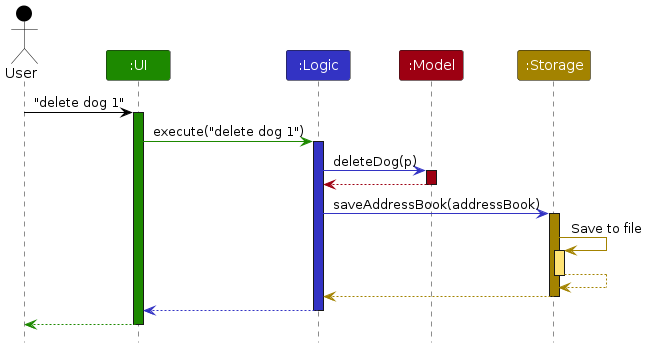
Above: diagrams/ArchitectureSequenceDiagram.png in AY2627S1-CS2103T-T15-4/tp (PlantUML), before the change. Its source is kept beside it as diagrams/ArchitectureSequenceDiagram.puml.
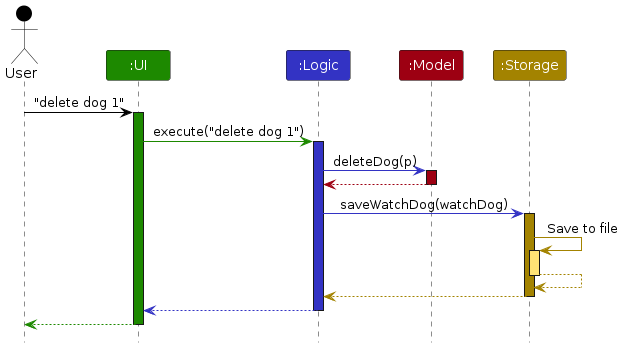
After the change.

What changed in the source:
```diff
@@ -20,7 +20,7 @@
 model -[MODEL_COLOR]-> logic
 deactivate model
 
-logic -[LOGIC_COLOR]> storage : saveAddressBook(addressBook)
+logic -[LOGIC_COLOR]> storage : saveWatchDog(watchDog)
 activate storage STORAGE_COLOR
 
 storage -[STORAGE_COLOR]> storage : Save to file
```
